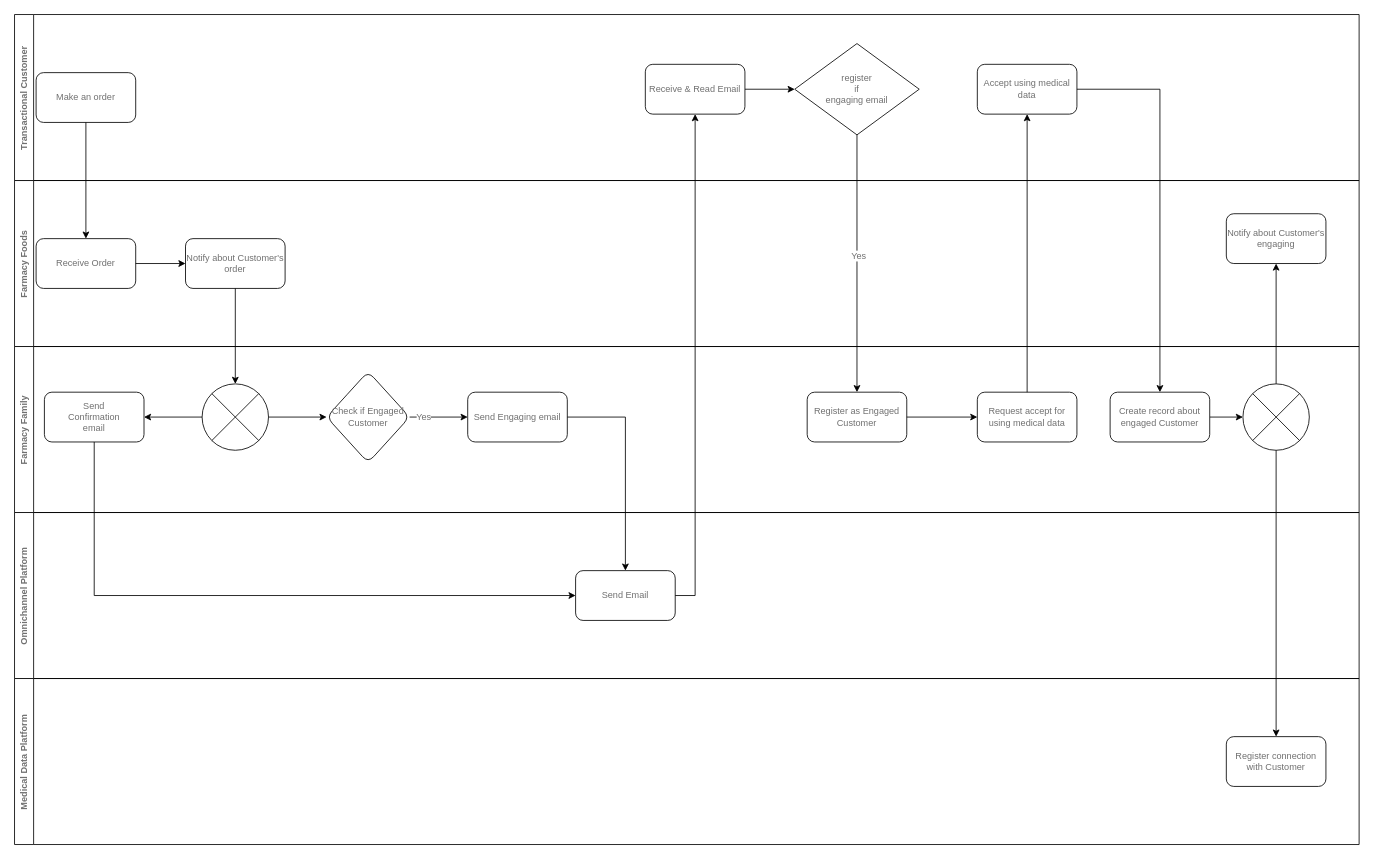
sakosy/arch_katas_2021 keeps this draw.io diagram as page "CJM 4 Transactional Customer" (3 of 4) of analysis/drawio.drawio. Above is the earlier version. Source tidied: cells renumbered, new cells numbered last; positions are measured from the earlier drawing's top-left corner, leaving out a move shared by most shapes. Both pictures are drawn from the tidied source at 83%, with x=0, y=0 at pixel (14, 14).
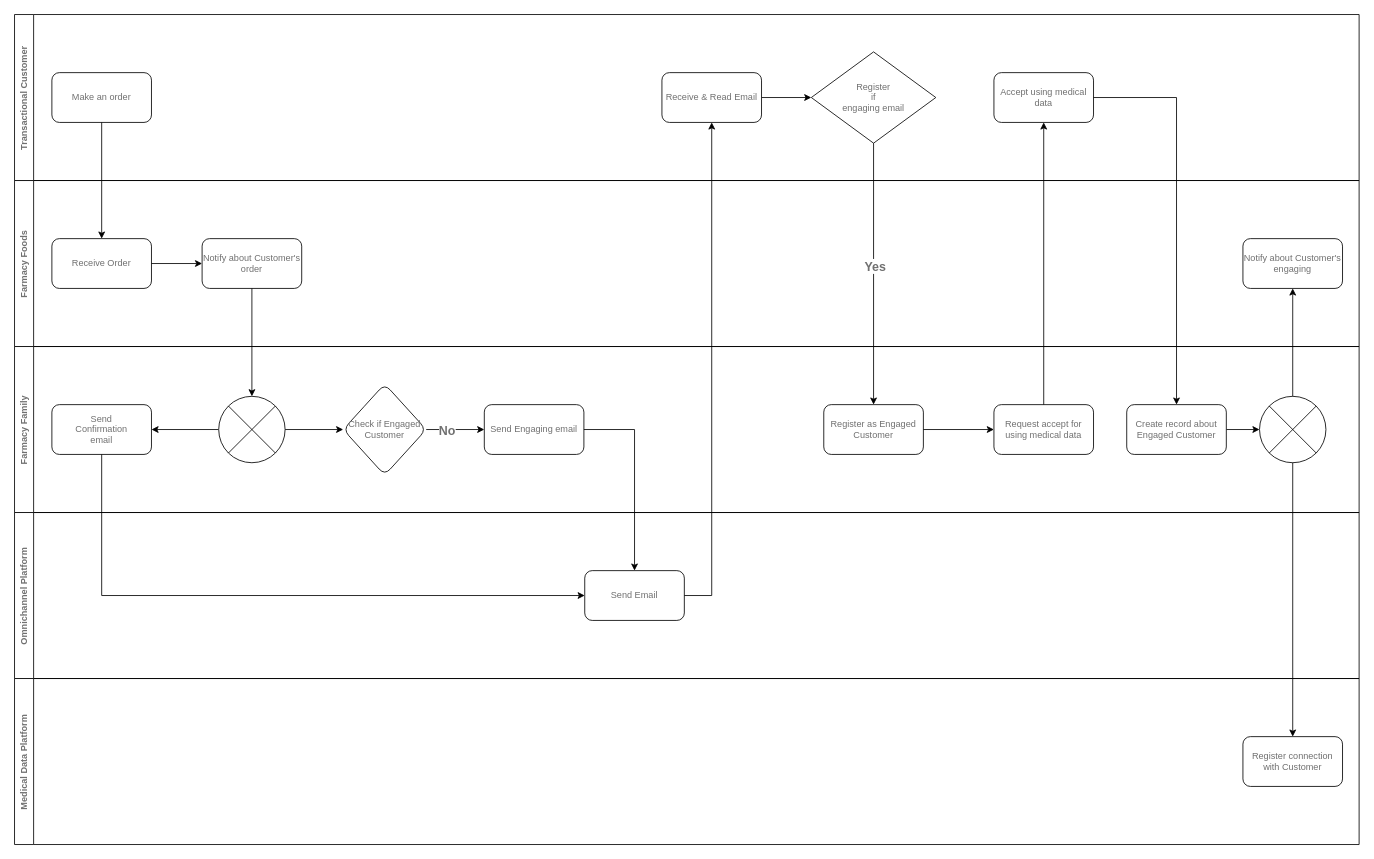
After the change.

The change refers to these unchanged cells:
```xml
<mxCell id="2" value="Farmacy Foods" style="swimlane;horizontal=0;fontFamily=PT Mono;fontSize=11;fontColor=#707070;startSize=23;" parent="1" vertex="1">
  <mxGeometry y="200" width="1620" height="200" as="geometry" />
</mxCell>
<mxCell id="7" value="Farmacy Family" style="swimlane;horizontal=0;fontFamily=PT Mono;fontSize=11;fontColor=#707070;" parent="1" vertex="1">
  <mxGeometry y="400" width="1620" height="200" as="geometry" />
</mxCell>
<mxCell id="11" style="rounded=0;jettySize=auto;html=1;fontFamily=PT Mono;fontSize=11;fontColor=#707070;startArrow=none;startFill=0;endArrow=classic;endFill=1;verticalAlign=middle;entryX=0;entryY=0.5;entryDx=0;entryDy=0;exitX=1;exitY=0.5;exitDx=0;exitDy=0;" parent="7" edge="1" source="8" target="13">
  <mxGeometry relative="1" as="geometry" />
</mxCell>
<mxCell id="22" value="Transactional Customer" style="swimlane;horizontal=0;fontFamily=PT Mono;fontSize=11;fontColor=#707070;" parent="1" vertex="1">
  <mxGeometry width="1620" height="200" as="geometry" />
</mxCell>
<mxCell id="30" value="Omnichannel Platform" style="swimlane;horizontal=0;fontFamily=PT Mono;fontSize=11;fontColor=#707070;" parent="1" vertex="1">
  <mxGeometry y="600" width="1620" height="200" as="geometry" />
</mxCell>
<mxCell id="34" style="edgeStyle=orthogonalEdgeStyle;rounded=0;jettySize=auto;html=1;fontFamily=PT Mono;fontSize=11;fontColor=#707070;startArrow=none;startFill=0;endArrow=classic;endFill=1;verticalAlign=middle;exitX=0.5;exitY=1;exitDx=0;exitDy=0;" parent="1" edge="1" source="27" target="10">
  <mxGeometry relative="1" as="geometry" />
</mxCell>
<mxCell id="37" value="Medical Data Platform" style="swimlane;horizontal=0;fontFamily=PT Mono;fontSize=11;fontColor=#707070;" parent="1" vertex="1">
  <mxGeometry y="800" width="1620" height="200" as="geometry" />
</mxCell>
```

Change to the diagram source:
```diff
@@
     <mxCell id="3" value="Receive Order" style="rounded=1;whiteSpace=wrap;html=1;fontFamily=PT Mono;fontSize=11;fontColor=#707070;" parent="2" vertex="1">
-      <mxGeometry x="26" y="70" width="120" height="60" as="geometry" />
+      <mxGeometry x="45" y="70" width="120" height="60" as="geometry" />
     </mxCell>
     <mxCell id="4" value="Notify about Customer's engaging" style="whiteSpace=wrap;html=1;rounded=1;fontFamily=PT Mono;fontSize=11;fontColor=#707070;" parent="2" vertex="1">
-      <mxGeometry x="1460" y="40" width="120" height="60" as="geometry" />
+      <mxGeometry x="1480" y="70" width="120" height="60" as="geometry" />
     </mxCell>
     <mxCell id="5" value="Notify about Customer's order" style="rounded=1;whiteSpace=wrap;html=1;fontFamily=PT Mono;fontSize=11;fontColor=#707070;" parent="2" vertex="1">
-      <mxGeometry x="206" y="70" width="120" height="60" as="geometry" />
+      <mxGeometry x="226" y="70" width="120" height="60" as="geometry" />
     </mxCell>
@@
     <mxCell id="8" value="Check if Engaged Customer" style="rhombus;whiteSpace=wrap;html=1;rounded=1;fontFamily=PT Mono;fontSize=11;fontColor=#707070;" parent="7" vertex="1">
-      <mxGeometry x="376" y="30" width="100" height="110" as="geometry" />
+      <mxGeometry x="396" y="45" width="100" height="110" as="geometry" />
     </mxCell>
     <mxCell id="9" value="Send&lt;br&gt;Confirmation&lt;br&gt;email" style="whiteSpace=wrap;html=1;rounded=1;fontFamily=PT Mono;fontSize=11;fontColor=#707070;" parent="7" vertex="1">
-      <mxGeometry x="36" y="55" width="120" height="60" as="geometry" />
+      <mxGeometry x="45" y="70" width="120" height="60" as="geometry" />
     </mxCell>
     <mxCell id="10" value="Register as Engaged Customer" style="whiteSpace=wrap;html=1;rounded=1;fontFamily=PT Mono;fontSize=11;fontColor=#707070;" parent="7" vertex="1">
-      <mxGeometry x="955" y="55" width="120" height="60" as="geometry" />
+      <mxGeometry x="975" y="70" width="120" height="60" as="geometry" />
     </mxCell>
@@
-    <mxCell id="12" value="Yes" style="edgeLabel;html=1;align=center;verticalAlign=middle;fontSize=11;fontFamily=PT Mono;fontColor=#707070;" parent="11" vertex="1">
-      <mxGeometry x="-0.55" y="1" relative="1" as="geometry" />
+    <mxCell id="12" value="No" style="edgeLabel;html=1;align=center;verticalAlign=middle;fontSize=15;fontFamily=PT Mono;fontColor=#707070;fontStyle=1;" parent="11" vertex="1">
+      <mxGeometry x="-0.55" y="1" relative="1" as="geometry">
+        <mxPoint x="8" y="1" as="offset" />
+      </mxGeometry>
     </mxCell>
     <mxCell id="13" value="Send Engaging email" style="whiteSpace=wrap;html=1;rounded=1;fontFamily=PT Mono;fontSize=11;fontColor=#707070;" parent="7" vertex="1">
-      <mxGeometry x="546" y="55" width="120" height="60" as="geometry" />
+      <mxGeometry x="566" y="70" width="120" height="60" as="geometry" />
     </mxCell>
@@
     <mxCell id="16" style="shape=sumEllipse;perimeter=ellipsePerimeter;whiteSpace=wrap;html=1;backgroundOutline=1;fontFamily=PT Mono;fontSize=11;fontColor=#707070;" parent="7" vertex="1">
-      <mxGeometry x="226" y="45" width="80" height="80" as="geometry" />
+      <mxGeometry x="246" y="60" width="80" height="80" as="geometry" />
     </mxCell>
     <mxCell id="17" value="Request accept for using medical data" style="whiteSpace=wrap;html=1;rounded=1;fontFamily=PT Mono;fontSize=11;fontColor=#707070;" parent="7" vertex="1">
-      <mxGeometry x="1160" y="55" width="120" height="60" as="geometry" />
+      <mxGeometry x="1180" y="70" width="120" height="60" as="geometry" />
     </mxCell>
@@
-    <mxCell id="20" value="Create record about engaged Customer" style="whiteSpace=wrap;html=1;rounded=1;fontFamily=PT Mono;fontSize=11;fontColor=#707070;" parent="7" vertex="1">
-      <mxGeometry x="1320" y="55" width="120" height="60" as="geometry" />
+    <mxCell id="20" value="Create record about Engaged Customer" style="whiteSpace=wrap;html=1;rounded=1;fontFamily=PT Mono;fontSize=11;fontColor=#707070;" parent="7" vertex="1">
+      <mxGeometry x="1340" y="70" width="120" height="60" as="geometry" />
     </mxCell>
     <mxCell id="21" style="shape=sumEllipse;perimeter=ellipsePerimeter;whiteSpace=wrap;html=1;backgroundOutline=1;fontFamily=PT Mono;fontSize=11;fontColor=#707070;" parent="7" vertex="1">
-      <mxGeometry x="1480" y="45" width="80" height="80" as="geometry" />
+      <mxGeometry x="1500" y="60" width="80" height="80" as="geometry" />
     </mxCell>
@@
     <mxCell id="23" value="Make an order" style="rounded=1;whiteSpace=wrap;html=1;fontFamily=PT Mono;fontSize=11;fontColor=#707070;" parent="22" vertex="1">
-      <mxGeometry x="26" y="70" width="120" height="60" as="geometry" />
+      <mxGeometry x="45" y="70" width="120" height="60" as="geometry" />
     </mxCell>
@@
     <mxCell id="25" value="Receive &amp;amp; Read Email" style="whiteSpace=wrap;html=1;rounded=1;fontFamily=PT Mono;fontSize=11;fontColor=#707070;" parent="22" vertex="1">
-      <mxGeometry x="760" y="60" width="120" height="60" as="geometry" />
+      <mxGeometry x="780" y="70" width="120" height="60" as="geometry" />
     </mxCell>
     <mxCell id="26" value="Accept using medical data" style="whiteSpace=wrap;html=1;rounded=1;fontFamily=PT Mono;fontSize=11;fontColor=#707070;" parent="22" vertex="1">
-      <mxGeometry x="1160" y="60" width="120" height="60" as="geometry" />
+      <mxGeometry x="1180" y="70" width="120" height="60" as="geometry" />
     </mxCell>
-    <mxCell id="27" value="register&lt;br&gt;if&lt;br&gt;engaging email" style="rhombus;whiteSpace=wrap;html=1;fontFamily=PT Mono;fontSize=11;fontColor=#707070;" parent="22" vertex="1">
-      <mxGeometry x="940" y="35" width="150" height="110" as="geometry" />
+    <mxCell id="27" value="Register&lt;br&gt;if&lt;br&gt;engaging email" style="rhombus;whiteSpace=wrap;html=1;fontFamily=PT Mono;fontSize=11;fontColor=#707070;" parent="22" vertex="1">
+      <mxGeometry x="960" y="45" width="150" height="110" as="geometry" />
     </mxCell>
@@
     <mxCell id="32" value="Send Email" style="whiteSpace=wrap;html=1;rounded=1;fontFamily=PT Mono;fontSize=11;fontColor=#707070;" parent="30" vertex="1">
-      <mxGeometry x="676" y="70" width="120" height="60" as="geometry" />
+      <mxGeometry x="687" y="70" width="120" height="60" as="geometry" />
     </mxCell>
     <mxCell id="33" style="edgeStyle=orthogonalEdgeStyle;rounded=0;jettySize=auto;html=1;fontFamily=PT Mono;fontSize=11;fontColor=#707070;startArrow=none;startFill=0;endArrow=classic;endFill=1;verticalAlign=middle;entryX=0;entryY=0.5;entryDx=0;entryDy=0;exitX=0.5;exitY=1;exitDx=0;exitDy=0;" parent="1" edge="1" source="9" target="32">
       <mxGeometry relative="1" as="geometry">
         <Array as="points">
-          <mxPoint x="96" y="700" />
+          <mxPoint x="105" y="700" />
         </Array>
       </mxGeometry>
     </mxCell>
@@
-    <mxCell id="35" value="Yes" style="edgeLabel;html=1;align=center;verticalAlign=middle;fontSize=11;fontFamily=PT Mono;fontColor=#707070;" parent="34" vertex="1">
+    <mxCell id="35" value="Yes" style="edgeLabel;html=1;align=center;verticalAlign=middle;fontSize=15;fontFamily=PT Mono;fontColor=#707070;fontStyle=1;" parent="34" vertex="1">
       <mxGeometry x="-0.07" y="1" relative="1" as="geometry">
         <mxPoint y="1" as="offset" />
       </mxGeometry>
     </mxCell>
@@
     <mxCell id="39" value="Register connection with Customer" style="whiteSpace=wrap;html=1;rounded=1;fontFamily=PT Mono;fontSize=11;fontColor=#707070;" parent="37" vertex="1">
-      <mxGeometry x="1460" y="70" width="120" height="60" as="geometry" />
+      <mxGeometry x="1480" y="70" width="120" height="60" as="geometry" />
     </mxCell>
```
